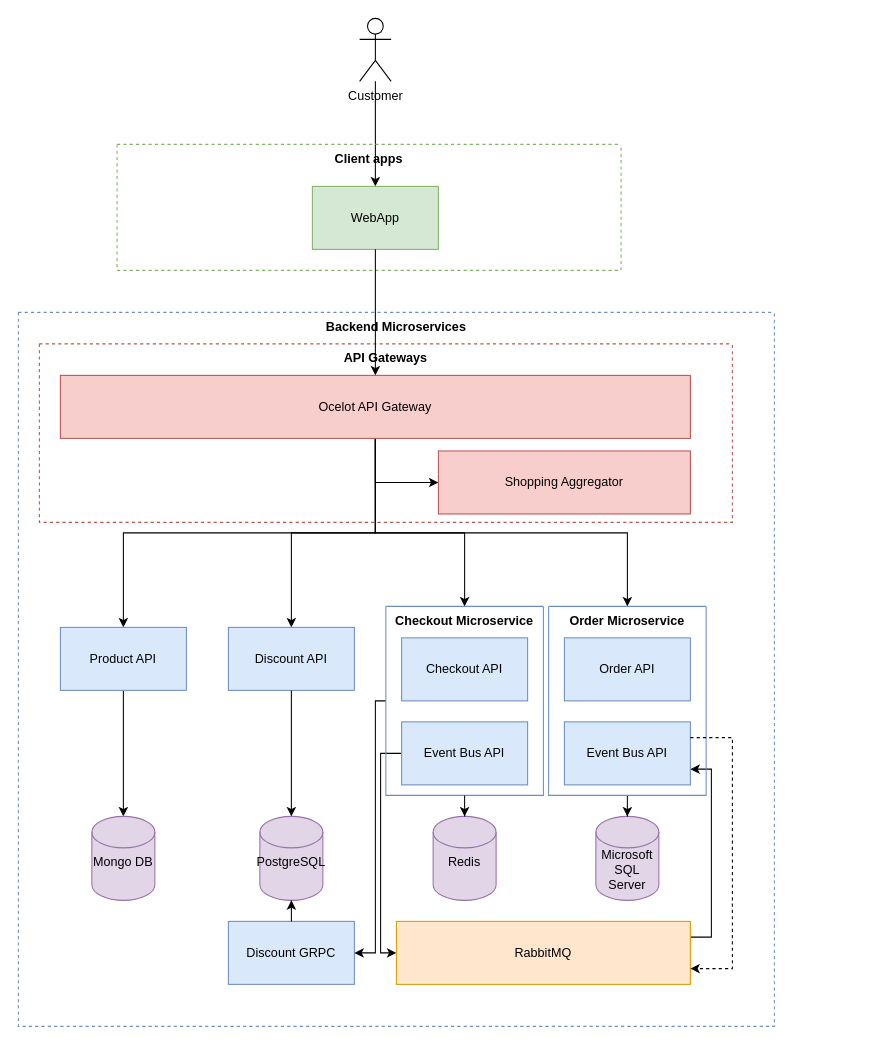
Before: docs/images/AspDotNetCore-ShoppingApp.drawio in janvodak/AspDotNetCore-ShoppingApp, a draw.io diagram. Source tidied: cells renumbered, new cells numbered last; positions are measured from the earlier drawing's top-left corner, leaving out a move shared by most shapes. Both pictures are drawn from the tidied source at 105%, with x=0, y=0 at pixel (18, 18).
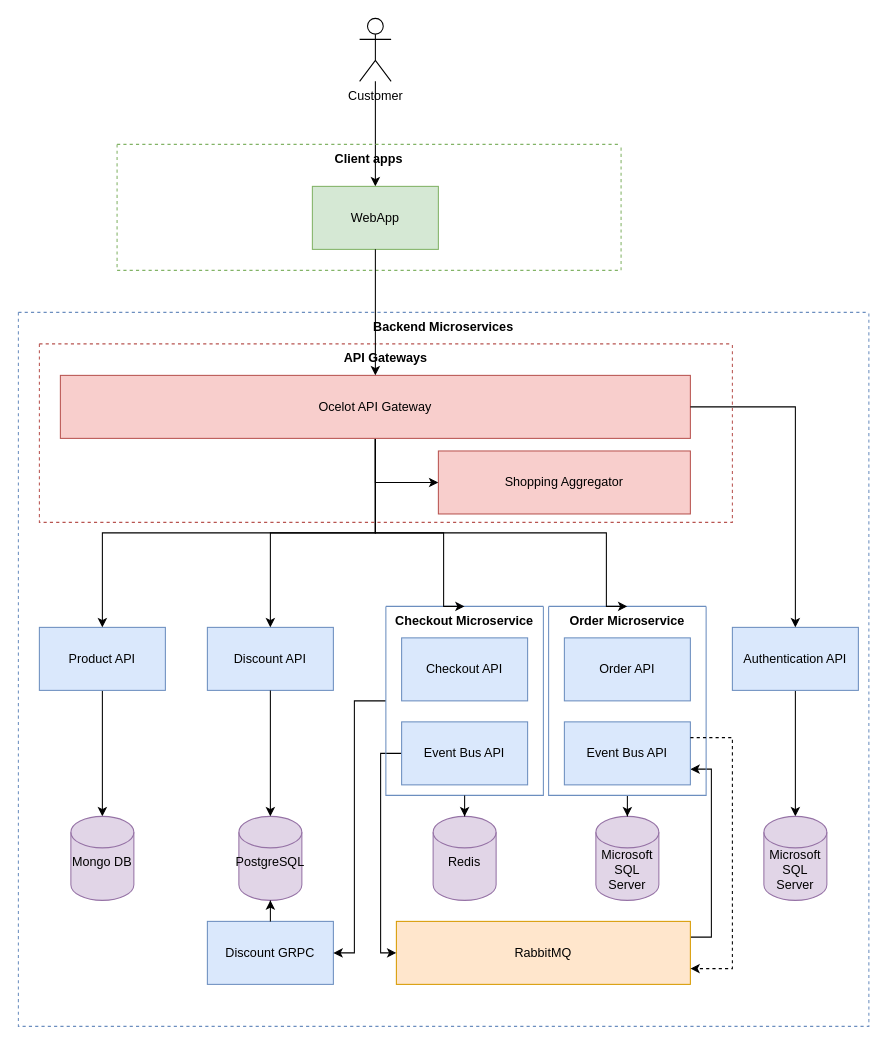
After the change.

Commit message (it also covers changes not shown here):
added authentication api service into default architecture diagram

The change refers to these unchanged cells:
```xml
<mxCell id="23" value="Checkout Microservice" style="swimlane;startSize=0;verticalAlign=top;fillColor=#dae8fc;strokeColor=#6c8ebf;rounded=0;" parent="6" vertex="1">
  <mxGeometry x="350" y="280" width="150" height="180" as="geometry" />
</mxCell>
<mxCell id="28" value="Order Microservice" style="swimlane;startSize=0;verticalAlign=top;fillColor=#dae8fc;strokeColor=#6c8ebf;rounded=0;" parent="6" vertex="1">
  <mxGeometry x="505" y="280" width="150" height="180" as="geometry" />
</mxCell>
<mxCell id="36" value="Ocelot API Gateway" style="rounded=0;whiteSpace=wrap;html=1;fillColor=#f8cecc;strokeColor=#b85450;" parent="34" vertex="1">
  <mxGeometry x="20" y="30" width="600" height="60" as="geometry" />
</mxCell>
```

Change to the diagram source:
```diff
@@
     <mxCell id="6" value="Backend Microservices" style="swimlane;startSize=0;verticalAlign=top;fillColor=#dae8fc;strokeColor=#6c8ebf;rounded=0;dashed=1;" parent="1" vertex="1">
-      <mxGeometry y="280" width="720" height="680" as="geometry" />
+      <mxGeometry y="280" width="810" height="680" as="geometry" />
     </mxCell>
@@
     <mxCell id="8" value="Product API" style="rounded=0;whiteSpace=wrap;html=1;fillColor=#dae8fc;strokeColor=#6c8ebf;" parent="6" vertex="1">
-      <mxGeometry x="40" y="300" width="120" height="60" as="geometry" />
+      <mxGeometry x="20" y="300" width="120" height="60" as="geometry" />
     </mxCell>
@@
     <mxCell id="12" value="Mongo DB" style="shape=cylinder3;whiteSpace=wrap;html=1;boundedLbl=1;backgroundOutline=1;size=15;fillColor=#e1d5e7;strokeColor=#9673a6;verticalAlign=top;rounded=0;" parent="6" vertex="1">
-      <mxGeometry x="70" y="480" width="60" height="80" as="geometry" />
+      <mxGeometry x="50" y="480" width="60" height="80" as="geometry" />
     </mxCell>
@@
     <mxCell id="15" value="Discount API" style="rounded=0;whiteSpace=wrap;html=1;fillColor=#dae8fc;strokeColor=#6c8ebf;" parent="6" vertex="1">
-      <mxGeometry x="200" y="300" width="120" height="60" as="geometry" />
+      <mxGeometry x="180" y="300" width="120" height="60" as="geometry" />
     </mxCell>
@@
     <mxCell id="17" value="Discount GRPC" style="rounded=0;whiteSpace=wrap;html=1;fillColor=#dae8fc;strokeColor=#6c8ebf;" parent="6" vertex="1">
-      <mxGeometry x="200" y="580" width="120" height="60" as="geometry" />
+      <mxGeometry x="180" y="580" width="120" height="60" as="geometry" />
     </mxCell>
     <mxCell id="18" value="PostgreSQL" style="shape=cylinder3;whiteSpace=wrap;html=1;boundedLbl=1;backgroundOutline=1;size=15;fillColor=#e1d5e7;strokeColor=#9673a6;verticalAlign=top;rounded=0;" parent="6" vertex="1">
-      <mxGeometry x="230" y="480" width="60" height="80" as="geometry" />
+      <mxGeometry x="210" y="480" width="60" height="80" as="geometry" />
     </mxCell>
@@
     <mxCell id="22" style="edgeStyle=orthogonalEdgeStyle;jettySize=auto;html=1;entryX=1;entryY=0.5;entryDx=0;entryDy=0;rounded=0;" parent="6" edge="1" source="23" target="17">
       <mxGeometry relative="1" as="geometry">
         <Array as="points">
-          <mxPoint x="340" y="370" />
-          <mxPoint x="340" y="610" />
+          <mxPoint x="320" y="370" />
+          <mxPoint x="320" y="610" />
         </Array>
       </mxGeometry>
     </mxCell>
@@
-    <mxCell id="26" style="edgeStyle=orthogonalEdgeStyle;rounded=0;jettySize=auto;html=1;entryX=0.5;entryY=0;entryDx=0;entryDy=0;" parent="6" edge="1" source="36" target="23">
+    <mxCell id="26" style="rounded=0;jettySize=auto;html=1;entryX=0.5;entryY=0;entryDx=0;entryDy=0;edgeStyle=orthogonalEdgeStyle;" parent="6" edge="1" source="36" target="23">
       <mxGeometry relative="1" as="geometry">
         <Array as="points">
           <mxPoint x="340" y="210" />
-          <mxPoint x="425" y="210" />
+          <mxPoint x="405" y="210" />
         </Array>
       </mxGeometry>
     </mxCell>
@@
     <mxCell id="31" style="edgeStyle=orthogonalEdgeStyle;rounded=0;jettySize=auto;html=1;entryX=0.5;entryY=0;entryDx=0;entryDy=0;" parent="6" edge="1" source="36" target="28">
       <mxGeometry relative="1" as="geometry">
         <Array as="points">
           <mxPoint x="340" y="210" />
-          <mxPoint x="580" y="210" />
+          <mxPoint x="560" y="210" />
         </Array>
       </mxGeometry>
     </mxCell>
@@
+    <mxCell id="39" style="edgeStyle=orthogonalEdgeStyle;rounded=0;jettySize=auto;html=1;" parent="6" edge="1" source="40" target="41">
+      <mxGeometry relative="1" as="geometry" />
+    </mxCell>
+    <mxCell id="40" value="Authentication API" style="rounded=0;whiteSpace=wrap;html=1;fillColor=#dae8fc;strokeColor=#6c8ebf;" parent="6" vertex="1">
+      <mxGeometry x="680" y="300" width="120" height="60" as="geometry" />
+    </mxCell>
+    <mxCell id="41" value="Microsoft SQL Server" style="shape=cylinder3;whiteSpace=wrap;html=1;boundedLbl=1;backgroundOutline=1;size=15;fillColor=#e1d5e7;strokeColor=#9673a6;verticalAlign=bottom;rounded=0;" parent="6" vertex="1">
+      <mxGeometry x="710" y="480" width="60" height="80" as="geometry" />
+    </mxCell>
+    <mxCell id="42" style="edgeStyle=orthogonalEdgeStyle;rounded=0;jettySize=auto;html=1;" parent="6" edge="1" source="36" target="40">
+      <mxGeometry relative="1" as="geometry" />
+    </mxCell>
```
